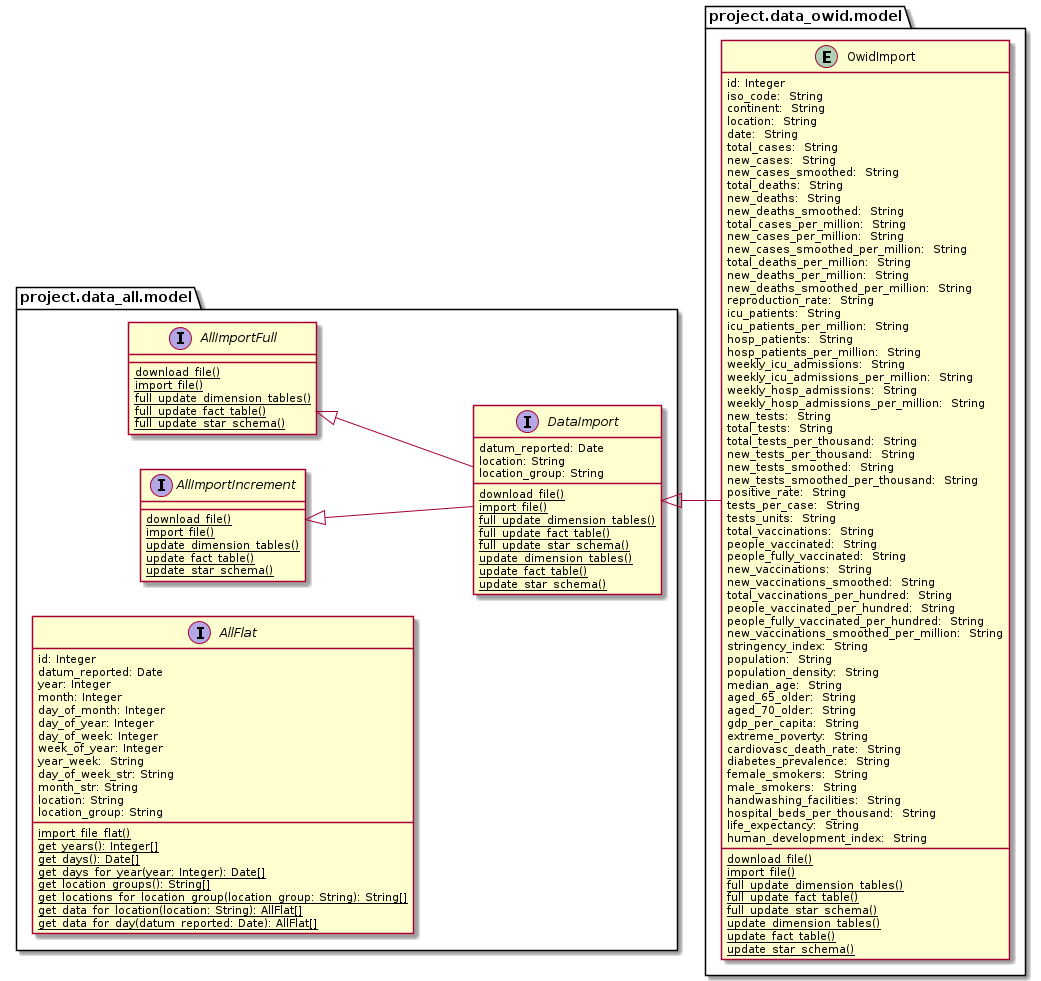
Earlier version of the PlantUML export docs/uml/data_owid/owid_domain_model_import.png (thomaswoehlke/flask_covid19).
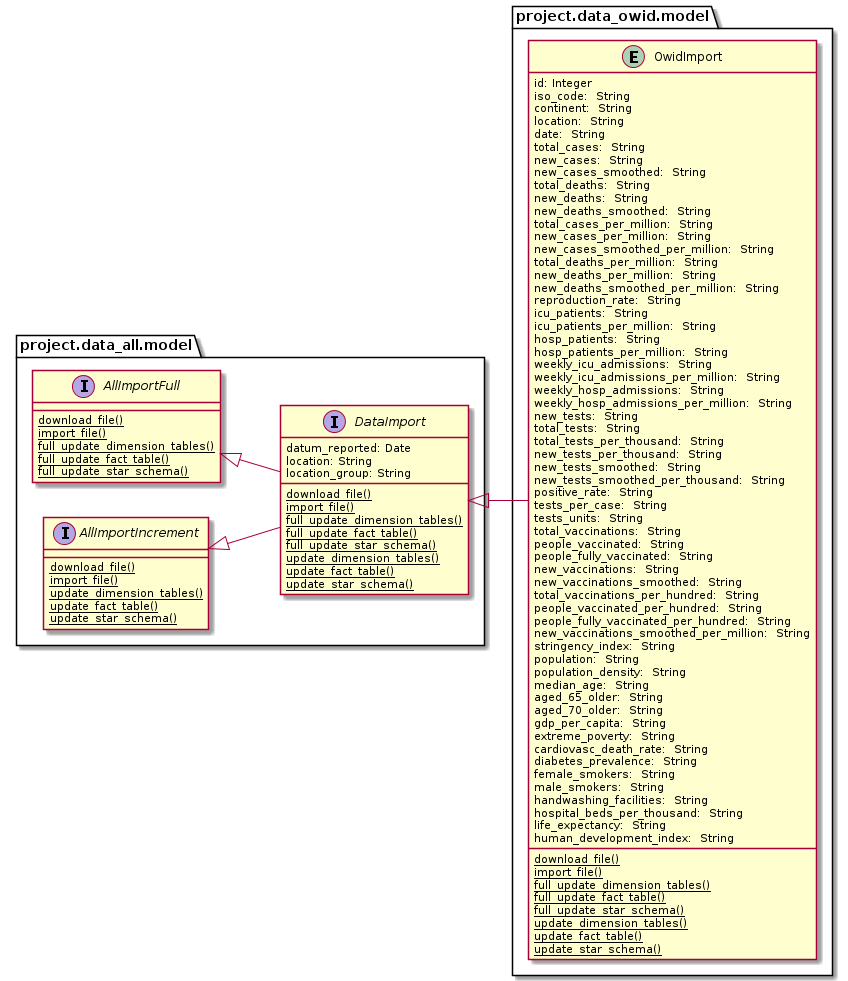
The same file after the commit.

The edit, as a diff of the source:
```diff
@@ -32,31 +32,6 @@
 		{classifier} update_fact_table()
 		{classifier} update_star_schema()
 	}
-
-	interface AllFlat {
-	    id: Integer
-	    datum_reported: Date
-	    year: Integer
-	    month: Integer
-	    day_of_month: Integer
-		day_of_year: Integer
-	    day_of_week: Integer
-	    week_of_year: Integer
-	    year_week:  String
-	    day_of_week_str: String
-		month_str: String
-		location: String
-		location_group: String
-		{classifier} import_file_flat()
-		{classifier} get_years(): Integer[]
-		{classifier} get_days(): Date[]
-		{classifier} get_days_for_year(year: Integer): Date[]
-		{classifier} get_location_groups(): String[]
-		{classifier} get_locations_for_location_group(location_group: String): String[]
-		{classifier} get_data_for_location(location: String): AllFlat[]
-		{classifier} get_data_for_day(datum_reported: Date): AllFlat[]
-	}
-
 }
 
 package project.data_owid.model {
```
